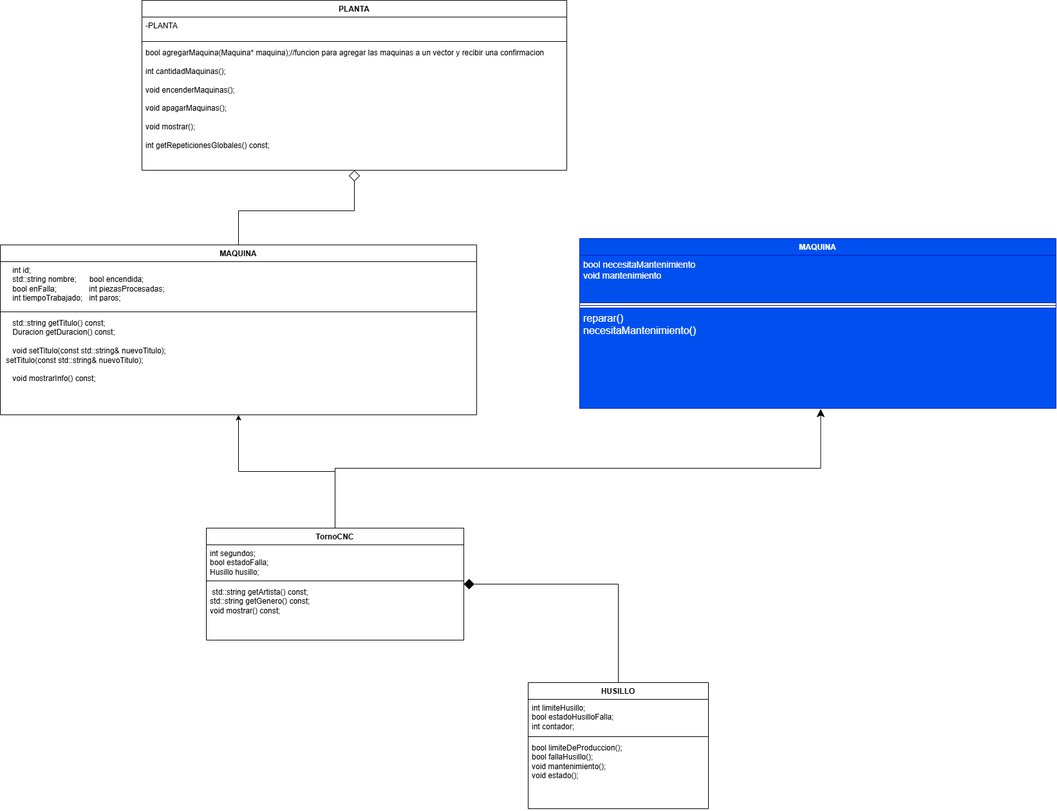
The draw.io diagram docs/mejoras/25238/diagramaMEJORA25238.drawio.png in mowhackcat/ulsa_ime_3_poo_parcial_2_linea_manufactura, before a commit. Source tidied: cells renumbered, new cells last; positions are measured from the earlier drawing's top-left corner, leaving out a move shared by most shapes.
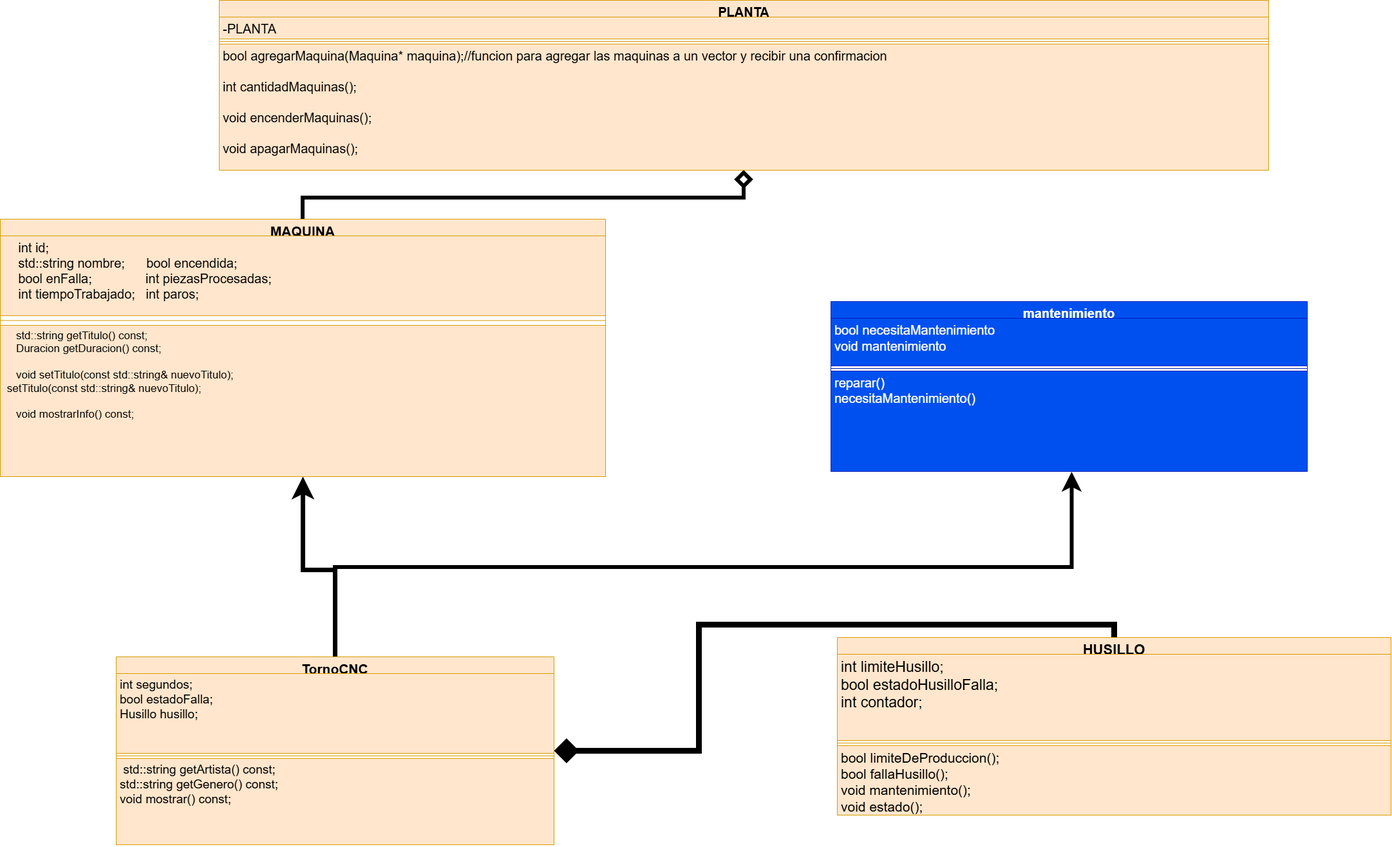
Later version of the same file.

Commit message:
correccion en unos diagramas

What changed in the source:
```diff
@@ -2,76 +2,76 @@
   <root>
     <mxCell id="0" />
     <mxCell id="1" parent="0" />
-    <mxCell id="2" style="edgeStyle=orthogonalEdgeStyle;rounded=0;jettySize=auto;html=1;exitX=0.5;exitY=0;exitDx=0;exitDy=0;entryX=0.5;entryY=1;entryDx=0;entryDy=0;" parent="1" edge="1" source="13" target="4">
+    <mxCell id="2" style="edgeStyle=orthogonalEdgeStyle;rounded=0;jettySize=auto;html=1;exitX=0.5;exitY=0;exitDx=0;exitDy=0;entryX=0.5;entryY=1;entryDx=0;entryDy=0;endSize=13;strokeWidth=7;" parent="1" edge="1" source="13" target="4">
       <mxGeometry relative="1" as="geometry" />
     </mxCell>
-    <mxCell id="3" style="edgeStyle=orthogonalEdgeStyle;rounded=0;jettySize=auto;html=1;exitX=0.5;exitY=0;exitDx=0;exitDy=0;endArrow=diamond;endFill=0;endSize=15;entryX=0.5;entryY=1;entryDx=0;entryDy=0;" parent="1" edge="1" source="4" target="17">
+    <mxCell id="3" style="edgeStyle=orthogonalEdgeStyle;rounded=0;jettySize=auto;html=1;exitX=0.5;exitY=0;exitDx=0;exitDy=0;endArrow=diamond;endFill=0;endSize=15;entryX=0.5;entryY=1;entryDx=0;entryDy=0;fontSize=21;strokeWidth=6;" parent="1" edge="1" source="4" target="17">
       <mxGeometry x="-0.53" relative="1" as="geometry" />
     </mxCell>
-    <mxCell id="4" value="MAQUINA" style="swimlane;fontStyle=1;align=center;verticalAlign=top;horizontal=1;startSize=26;whiteSpace=wrap;html=1;" parent="1" vertex="1">
-      <mxGeometry y="380" width="740" height="264" as="geometry" />
+    <mxCell id="4" value="MAQUINA" style="swimlane;fontStyle=1;align=center;verticalAlign=top;horizontal=1;startSize=26;whiteSpace=wrap;html=1;fillColor=#ffe6cc;strokeColor=#d79b00;fontSize=21;" parent="1" vertex="1">
+      <mxGeometry x="-120" y="340" width="940" height="400" as="geometry" />
     </mxCell>
-    <mxCell id="5" value="&lt;div&gt;&amp;nbsp; &amp;nbsp; int id;&lt;/div&gt;&lt;div&gt;&amp;nbsp; &amp;nbsp; std::string nombre;&amp;nbsp; &amp;nbsp; &amp;nbsp;&amp;nbsp;&lt;span style=&quot;background-color: transparent; color: light-dark(rgb(0, 0, 0), rgb(255, 255, 255));&quot;&gt;bool encendida;&amp;nbsp;&amp;nbsp;&lt;/span&gt;&lt;/div&gt;&lt;div&gt;&amp;nbsp; &amp;nbsp; bool enFalla;&amp;nbsp; &amp;nbsp; &amp;nbsp; &amp;nbsp; &amp;nbsp; &amp;nbsp; &amp;nbsp; &amp;nbsp;&lt;span style=&quot;background-color: transparent; color: light-dark(rgb(0, 0, 0), rgb(255, 255, 255));&quot;&gt;int piezasProcesadas;&amp;nbsp;&lt;/span&gt;&lt;/div&gt;&lt;div&gt;&amp;nbsp; &amp;nbsp; int tiempoTrabajado;&amp;nbsp; &amp;nbsp;&lt;span style=&quot;background-color: transparent; color: light-dark(rgb(0, 0, 0), rgb(255, 255, 255));&quot;&gt;int paros;&amp;nbsp;&lt;/span&gt;&lt;/div&gt;" style="text;strokeColor=none;fillColor=none;align=left;verticalAlign=top;spacingLeft=4;spacingRight=4;overflow=hidden;whiteSpace=wrap;html=1;" parent="4" vertex="1">
-      <mxGeometry y="26" width="740" height="74" as="geometry" />
+    <mxCell id="5" value="&lt;div&gt;&amp;nbsp; &amp;nbsp; int id;&lt;/div&gt;&lt;div&gt;&amp;nbsp; &amp;nbsp; std::string nombre;&amp;nbsp; &amp;nbsp; &amp;nbsp;&amp;nbsp;&lt;span style=&quot;background-color: transparent; color: light-dark(rgb(0, 0, 0), rgb(255, 255, 255));&quot;&gt;bool encendida;&amp;nbsp;&amp;nbsp;&lt;/span&gt;&lt;/div&gt;&lt;div&gt;&amp;nbsp; &amp;nbsp; bool enFalla;&amp;nbsp; &amp;nbsp; &amp;nbsp; &amp;nbsp; &amp;nbsp; &amp;nbsp; &amp;nbsp; &amp;nbsp;&lt;span style=&quot;background-color: transparent; color: light-dark(rgb(0, 0, 0), rgb(255, 255, 255));&quot;&gt;int piezasProcesadas;&amp;nbsp;&lt;/span&gt;&lt;/div&gt;&lt;div&gt;&amp;nbsp; &amp;nbsp; int tiempoTrabajado;&amp;nbsp; &amp;nbsp;&lt;span style=&quot;background-color: transparent; color: light-dark(rgb(0, 0, 0), rgb(255, 255, 255));&quot;&gt;int paros;&amp;nbsp;&lt;/span&gt;&lt;/div&gt;" style="text;strokeColor=#d79b00;fillColor=#ffe6cc;align=left;verticalAlign=top;spacingLeft=4;spacingRight=4;overflow=hidden;whiteSpace=wrap;html=1;fontSize=20;" parent="4" vertex="1">
+      <mxGeometry y="26" width="940" height="124" as="geometry" />
     </mxCell>
     <mxCell id="6" style="line;strokeWidth=1;fillColor=none;align=left;verticalAlign=middle;spacingTop=-1;spacingLeft=3;spacingRight=3;labelPosition=right;strokeColor=inherit;" parent="4" vertex="1">
-      <mxGeometry y="100" width="740" height="8" as="geometry" />
+      <mxGeometry y="150" width="940" height="15" as="geometry" />
     </mxCell>
-    <mxCell id="7" value="&lt;div&gt;&amp;nbsp; &amp;nbsp; std::string getTitulo() const;&lt;/div&gt;&lt;div&gt;&amp;nbsp; &amp;nbsp; Duracion getDuracion() const;&lt;/div&gt;&lt;div&gt;&lt;br&gt;&lt;/div&gt;&lt;div&gt;&amp;nbsp; &amp;nbsp; void setTitulo(const std::string&amp;amp; nuevoTitulo);&lt;/div&gt;&lt;div&gt;&amp;nbsp;setTitulo(const std::string&amp;amp; nuevoTitulo);&lt;/div&gt;&lt;div&gt;&lt;br&gt;&lt;/div&gt;&lt;div&gt;&amp;nbsp; &amp;nbsp; void mostrarInfo() const;&lt;/div&gt;" style="text;strokeColor=none;fillColor=none;align=left;verticalAlign=top;spacingLeft=4;spacingRight=4;overflow=hidden;whiteSpace=wrap;html=1;" parent="4" vertex="1">
-      <mxGeometry y="108" width="740" height="156" as="geometry" />
+    <mxCell id="7" value="&lt;div&gt;&amp;nbsp; &amp;nbsp; std::string getTitulo() const;&lt;/div&gt;&lt;div&gt;&amp;nbsp; &amp;nbsp; Duracion getDuracion() const;&lt;/div&gt;&lt;div&gt;&lt;br&gt;&lt;/div&gt;&lt;div&gt;&amp;nbsp; &amp;nbsp; void setTitulo(const std::string&amp;amp; nuevoTitulo);&lt;/div&gt;&lt;div&gt;&amp;nbsp;setTitulo(const std::string&amp;amp; nuevoTitulo);&lt;/div&gt;&lt;div&gt;&lt;br&gt;&lt;/div&gt;&lt;div&gt;&amp;nbsp; &amp;nbsp; void mostrarInfo() const;&lt;/div&gt;" style="text;strokeColor=#d79b00;fillColor=#ffe6cc;align=left;verticalAlign=top;spacingLeft=4;spacingRight=4;overflow=hidden;whiteSpace=wrap;html=1;fontSize=17;" parent="4" vertex="1">
+      <mxGeometry y="165" width="940" height="235" as="geometry" />
     </mxCell>
-    <mxCell id="8" style="edgeStyle=orthogonalEdgeStyle;rounded=0;jettySize=auto;html=1;exitX=0.5;exitY=0;exitDx=0;exitDy=0;entryX=1;entryY=0.5;entryDx=0;entryDy=0;endArrow=diamond;endFill=1;startSize=18;endSize=14;" parent="1" edge="1" source="9" target="13">
+    <mxCell id="8" style="edgeStyle=orthogonalEdgeStyle;rounded=0;jettySize=auto;html=1;exitX=0.5;exitY=0;exitDx=0;exitDy=0;entryX=1;entryY=0.5;entryDx=0;entryDy=0;endArrow=diamond;endFill=1;startSize=18;endSize=17;strokeWidth=9;" parent="1" edge="1" source="9" target="13">
       <mxGeometry relative="1" as="geometry" />
     </mxCell>
-    <mxCell id="9" value="HUSILLO" style="swimlane;fontStyle=1;align=center;verticalAlign=top;horizontal=1;startSize=26;whiteSpace=wrap;html=1;" parent="1" vertex="1">
-      <mxGeometry x="820" y="1060" width="280" height="196" as="geometry" />
+    <mxCell id="9" value="HUSILLO" style="swimlane;fontStyle=1;align=center;verticalAlign=top;horizontal=1;startSize=26;whiteSpace=wrap;html=1;fontSize=22;fillColor=#ffe6cc;strokeColor=#d79b00;" parent="1" vertex="1">
+      <mxGeometry x="1180" y="990" width="860" height="276" as="geometry" />
     </mxCell>
-    <mxCell id="10" value="&lt;div&gt;int limiteHusillo;&lt;/div&gt;&lt;div&gt;bool estadoHusilloFalla;&lt;/div&gt;&lt;div&gt;int contador;&lt;/div&gt;" style="text;strokeColor=none;fillColor=none;align=left;verticalAlign=top;spacingLeft=4;spacingRight=4;overflow=hidden;whiteSpace=wrap;html=1;" parent="9" vertex="1">
-      <mxGeometry y="26" width="280" height="54" as="geometry" />
+    <mxCell id="10" value="&lt;div&gt;int limiteHusillo;&lt;/div&gt;&lt;div&gt;bool estadoHusilloFalla;&lt;/div&gt;&lt;div&gt;int contador;&lt;/div&gt;" style="text;strokeColor=#d79b00;fillColor=#ffe6cc;align=left;verticalAlign=top;spacingLeft=4;spacingRight=4;overflow=hidden;whiteSpace=wrap;html=1;fontSize=23;" parent="9" vertex="1">
+      <mxGeometry y="26" width="860" height="134" as="geometry" />
     </mxCell>
     <mxCell id="11" style="line;strokeWidth=1;fillColor=none;align=left;verticalAlign=middle;spacingTop=-1;spacingLeft=3;spacingRight=3;labelPosition=right;strokeColor=inherit;" parent="9" vertex="1">
-      <mxGeometry y="80" width="280" height="8" as="geometry" />
+      <mxGeometry y="160" width="860" height="8" as="geometry" />
     </mxCell>
-    <mxCell id="12" value="&lt;div&gt;bool limiteDeProduccion();&lt;/div&gt;&lt;div&gt;bool fallaHusillo();&lt;/div&gt;&lt;div&gt;void mantenimiento();&lt;/div&gt;&lt;div&gt;void estado();&lt;/div&gt;" style="text;strokeColor=none;fillColor=none;align=left;verticalAlign=top;spacingLeft=4;spacingRight=4;overflow=hidden;whiteSpace=wrap;html=1;" parent="9" vertex="1">
-      <mxGeometry y="88" width="280" height="108" as="geometry" />
+    <mxCell id="12" value="&lt;div&gt;bool limiteDeProduccion();&lt;/div&gt;&lt;div&gt;bool fallaHusillo();&lt;/div&gt;&lt;div&gt;void mantenimiento();&lt;/div&gt;&lt;div&gt;void estado();&lt;/div&gt;" style="text;strokeColor=#d79b00;fillColor=#ffe6cc;align=left;verticalAlign=top;spacingLeft=4;spacingRight=4;overflow=hidden;whiteSpace=wrap;html=1;fontSize=21;" parent="9" vertex="1">
+      <mxGeometry y="168" width="860" height="108" as="geometry" />
     </mxCell>
-    <mxCell id="13" value="TornoCNC" style="swimlane;fontStyle=1;align=center;verticalAlign=top;horizontal=1;startSize=26;whiteSpace=wrap;html=1;" parent="1" vertex="1">
-      <mxGeometry x="320" y="820" width="400" height="174" as="geometry" />
+    <mxCell id="13" value="TornoCNC" style="swimlane;fontStyle=1;align=center;verticalAlign=top;horizontal=1;startSize=26;whiteSpace=wrap;html=1;fontSize=21;fillColor=#ffe6cc;strokeColor=#d79b00;" parent="1" vertex="1">
+      <mxGeometry x="60" y="1020" width="680" height="292" as="geometry" />
     </mxCell>
-    <mxCell id="14" value="&lt;div&gt;int segundos;&lt;/div&gt;&lt;div&gt;bool estadoFalla;&lt;/div&gt;&lt;div&gt;Husillo husillo;&lt;/div&gt;" style="text;strokeColor=none;fillColor=none;align=left;verticalAlign=top;spacingLeft=4;spacingRight=4;overflow=hidden;whiteSpace=wrap;html=1;" parent="13" vertex="1">
-      <mxGeometry y="26" width="400" height="52" as="geometry" />
+    <mxCell id="14" value="&lt;div&gt;int segundos;&lt;/div&gt;&lt;div&gt;bool estadoFalla;&lt;/div&gt;&lt;div&gt;Husillo husillo;&lt;/div&gt;" style="text;strokeColor=#d79b00;fillColor=#ffe6cc;align=left;verticalAlign=top;spacingLeft=4;spacingRight=4;overflow=hidden;whiteSpace=wrap;html=1;fontSize=19;" parent="13" vertex="1">
+      <mxGeometry y="26" width="680" height="124" as="geometry" />
     </mxCell>
     <mxCell id="15" style="line;strokeWidth=1;fillColor=none;align=left;verticalAlign=middle;spacingTop=-1;spacingLeft=3;spacingRight=3;labelPosition=right;strokeColor=inherit;" parent="13" vertex="1">
-      <mxGeometry y="78" width="400" height="8" as="geometry" />
+      <mxGeometry y="150" width="680" height="8" as="geometry" />
     </mxCell>
-    <mxCell id="16" value="&amp;nbsp;&lt;span style=&quot;background-color: transparent;&quot;&gt;std::string getArtista() const;&lt;/span&gt;&lt;div&gt;std::string getGenero() const;&lt;/div&gt;&lt;span style=&quot;background-color: transparent;&quot;&gt;void mostrar() const;&lt;/span&gt;" style="text;strokeColor=none;fillColor=none;align=left;verticalAlign=top;spacingLeft=4;spacingRight=4;overflow=hidden;whiteSpace=wrap;html=1;" parent="13" vertex="1">
-      <mxGeometry y="86" width="400" height="88" as="geometry" />
+    <mxCell id="16" value="&amp;nbsp;&lt;span style=&quot;background-color: transparent;&quot;&gt;std::string getArtista() const;&lt;/span&gt;&lt;div&gt;std::string getGenero() const;&lt;/div&gt;&lt;span style=&quot;background-color: transparent;&quot;&gt;void mostrar() const;&lt;/span&gt;" style="text;strokeColor=#d79b00;fillColor=#ffe6cc;align=left;verticalAlign=top;spacingLeft=4;spacingRight=4;overflow=hidden;whiteSpace=wrap;html=1;fontSize=19;" parent="13" vertex="1">
+      <mxGeometry y="158" width="680" height="134" as="geometry" />
     </mxCell>
-    <mxCell id="17" value="PLANTA" style="swimlane;fontStyle=1;align=center;verticalAlign=top;horizontal=1;startSize=26;whiteSpace=wrap;html=1;" parent="1" vertex="1">
-      <mxGeometry x="220" width="660" height="264" as="geometry" />
+    <mxCell id="17" value="PLANTA" style="swimlane;fontStyle=1;align=center;verticalAlign=top;horizontal=1;startSize=26;whiteSpace=wrap;html=1;fillColor=#ffe6cc;strokeColor=#d79b00;fontSize=20;" parent="1" vertex="1">
+      <mxGeometry x="220" width="1630" height="264" as="geometry" />
     </mxCell>
-    <mxCell id="18" value="-PLANTA&lt;div&gt;&lt;br&gt;&lt;/div&gt;" style="text;strokeColor=none;fillColor=none;align=left;verticalAlign=top;spacingLeft=4;spacingRight=4;overflow=hidden;whiteSpace=wrap;html=1;" parent="17" vertex="1">
-      <mxGeometry y="26" width="660" height="34" as="geometry" />
+    <mxCell id="18" value="-PLANTA&lt;div&gt;&lt;br&gt;&lt;/div&gt;" style="text;strokeColor=#d79b00;fillColor=#ffe6cc;align=left;verticalAlign=top;spacingLeft=4;spacingRight=4;overflow=hidden;whiteSpace=wrap;html=1;fontSize=20;" parent="17" vertex="1">
+      <mxGeometry y="26" width="1630" height="34" as="geometry" />
     </mxCell>
     <mxCell id="19" style="line;strokeWidth=1;fillColor=none;align=left;verticalAlign=middle;spacingTop=-1;spacingLeft=3;spacingRight=3;labelPosition=right;strokeColor=inherit;" parent="17" vertex="1">
-      <mxGeometry y="60" width="660" height="8" as="geometry" />
+      <mxGeometry y="60" width="1630" height="8" as="geometry" />
     </mxCell>
-    <mxCell id="20" value="&lt;div&gt;bool agregarMaquina(Maquina* maquina);//funcion para agregar las maquinas a un vector y recibir una confirmacion&lt;/div&gt;&lt;div&gt;&lt;br&gt;&lt;/div&gt;&lt;div&gt;int cantidadMaquinas();&lt;/div&gt;&lt;div&gt;&lt;br&gt;&lt;/div&gt;&lt;div&gt;void encenderMaquinas();&lt;/div&gt;&lt;div&gt;&lt;br&gt;&lt;/div&gt;&lt;div&gt;void apagarMaquinas();&lt;/div&gt;&lt;div&gt;&lt;br&gt;&lt;/div&gt;&lt;div&gt;void mostrar();&lt;/div&gt;&lt;div&gt;&lt;br&gt;&lt;/div&gt;&lt;div&gt;int getRepeticionesGlobales() const;&lt;/div&gt;" style="text;strokeColor=none;fillColor=none;align=left;verticalAlign=top;spacingLeft=4;spacingRight=4;overflow=hidden;whiteSpace=wrap;html=1;" parent="17" vertex="1">
-      <mxGeometry y="68" width="660" height="196" as="geometry" />
+    <mxCell id="20" value="&lt;div&gt;bool agregarMaquina(Maquina* maquina);//funcion para agregar las maquinas a un vector y recibir una confirmacion&lt;/div&gt;&lt;div&gt;&lt;br&gt;&lt;/div&gt;&lt;div&gt;int cantidadMaquinas();&lt;/div&gt;&lt;div&gt;&lt;br&gt;&lt;/div&gt;&lt;div&gt;void encenderMaquinas();&lt;/div&gt;&lt;div&gt;&lt;br&gt;&lt;/div&gt;&lt;div&gt;void apagarMaquinas();&lt;/div&gt;&lt;div&gt;&lt;br&gt;&lt;/div&gt;&lt;div&gt;void mostrar();&lt;/div&gt;&lt;div&gt;&lt;br&gt;&lt;/div&gt;&lt;div&gt;int getRepeticionesGlobales() const;&lt;/div&gt;" style="text;strokeColor=#d79b00;fillColor=#ffe6cc;align=left;verticalAlign=top;spacingLeft=4;spacingRight=4;overflow=hidden;whiteSpace=wrap;html=1;fontSize=20;" parent="17" vertex="1">
+      <mxGeometry y="68" width="1630" height="196" as="geometry" />
     </mxCell>
-    <mxCell id="21" value="MAQUINA" style="swimlane;fontStyle=1;align=center;verticalAlign=top;horizontal=1;startSize=26;whiteSpace=wrap;html=1;fillColor=#0050ef;fontColor=#ffffff;strokeColor=#001DBC;" parent="1" vertex="1">
-      <mxGeometry x="900" y="370" width="740" height="264" as="geometry" />
+    <mxCell id="21" value="&lt;font style=&quot;font-size: 20px;&quot;&gt;mantenimiento&lt;/font&gt;" style="swimlane;fontStyle=1;align=center;verticalAlign=top;horizontal=1;startSize=26;whiteSpace=wrap;html=1;fillColor=#0050ef;fontColor=#ffffff;strokeColor=#001DBC;" parent="1" vertex="1">
+      <mxGeometry x="1170" y="468" width="740" height="264" as="geometry" />
     </mxCell>
-    <mxCell id="22" value="&lt;font style=&quot;font-size: 14px;&quot;&gt;bool necesitaMantenimiento&lt;/font&gt;&lt;div&gt;&lt;font style=&quot;font-size: 14px;&quot;&gt;void mantenimiento&lt;/font&gt;&lt;/div&gt;" style="text;strokeColor=#001DBC;fillColor=#0050ef;align=left;verticalAlign=top;spacingLeft=4;spacingRight=4;overflow=hidden;whiteSpace=wrap;html=1;fontColor=#ffffff;" parent="21" vertex="1">
+    <mxCell id="22" value="&lt;font style=&quot;font-size: 20px;&quot;&gt;bool necesitaMantenimiento&lt;/font&gt;&lt;div&gt;&lt;font style=&quot;font-size: 20px;&quot;&gt;void mantenimiento&lt;/font&gt;&lt;/div&gt;" style="text;strokeColor=#001DBC;fillColor=#0050ef;align=left;verticalAlign=top;spacingLeft=4;spacingRight=4;overflow=hidden;whiteSpace=wrap;html=1;fontColor=#ffffff;fontSize=18;" parent="21" vertex="1">
       <mxGeometry y="26" width="740" height="74" as="geometry" />
     </mxCell>
     <mxCell id="23" style="line;strokeWidth=1;fillColor=none;align=left;verticalAlign=middle;spacingTop=-1;spacingLeft=3;spacingRight=3;labelPosition=right;strokeColor=inherit;" parent="21" vertex="1">
       <mxGeometry y="100" width="740" height="8" as="geometry" />
     </mxCell>
-    <mxCell id="24" value="&lt;font style=&quot;font-size: 16px;&quot;&gt;reparar()&lt;/font&gt;&lt;div&gt;&lt;font style=&quot;font-size: 16px;&quot;&gt;necesitaMantenimiento()&lt;/font&gt;&lt;/div&gt;" style="text;strokeColor=#001DBC;fillColor=#0050ef;align=left;verticalAlign=top;spacingLeft=4;spacingRight=4;overflow=hidden;points=[[0,0.5],[1,0.5]];portConstraint=eastwest;whiteSpace=wrap;html=1;fontColor=#ffffff;" parent="21" vertex="1">
+    <mxCell id="24" value="&lt;font style=&quot;font-size: 20px;&quot;&gt;reparar()&lt;/font&gt;&lt;div&gt;&lt;font style=&quot;font-size: 20px;&quot;&gt;necesitaMantenimiento()&lt;/font&gt;&lt;/div&gt;" style="text;strokeColor=#001DBC;fillColor=#0050ef;align=left;verticalAlign=top;spacingLeft=4;spacingRight=4;overflow=hidden;points=[[0,0.5],[1,0.5]];portConstraint=eastwest;whiteSpace=wrap;html=1;fontColor=#ffffff;fontSize=16;" parent="21" vertex="1">
       <mxGeometry y="108" width="740" height="156" as="geometry" />
     </mxCell>
-    <mxCell id="25" style="edgeStyle=orthogonalEdgeStyle;rounded=0;jettySize=auto;html=1;exitX=0.5;exitY=0;exitDx=0;exitDy=0;entryX=0.506;entryY=1.006;entryDx=0;entryDy=0;entryPerimeter=0;endSize=10;" parent="1" edge="1" source="13" target="24">
+    <mxCell id="25" style="edgeStyle=orthogonalEdgeStyle;rounded=0;jettySize=auto;html=1;exitX=0.5;exitY=0;exitDx=0;exitDy=0;entryX=0.506;entryY=1.006;entryDx=0;entryDy=0;entryPerimeter=0;endSize=12;strokeWidth=6;" parent="1" edge="1" source="13" target="24">
       <mxGeometry relative="1" as="geometry" />
     </mxCell>
   </root>
```
